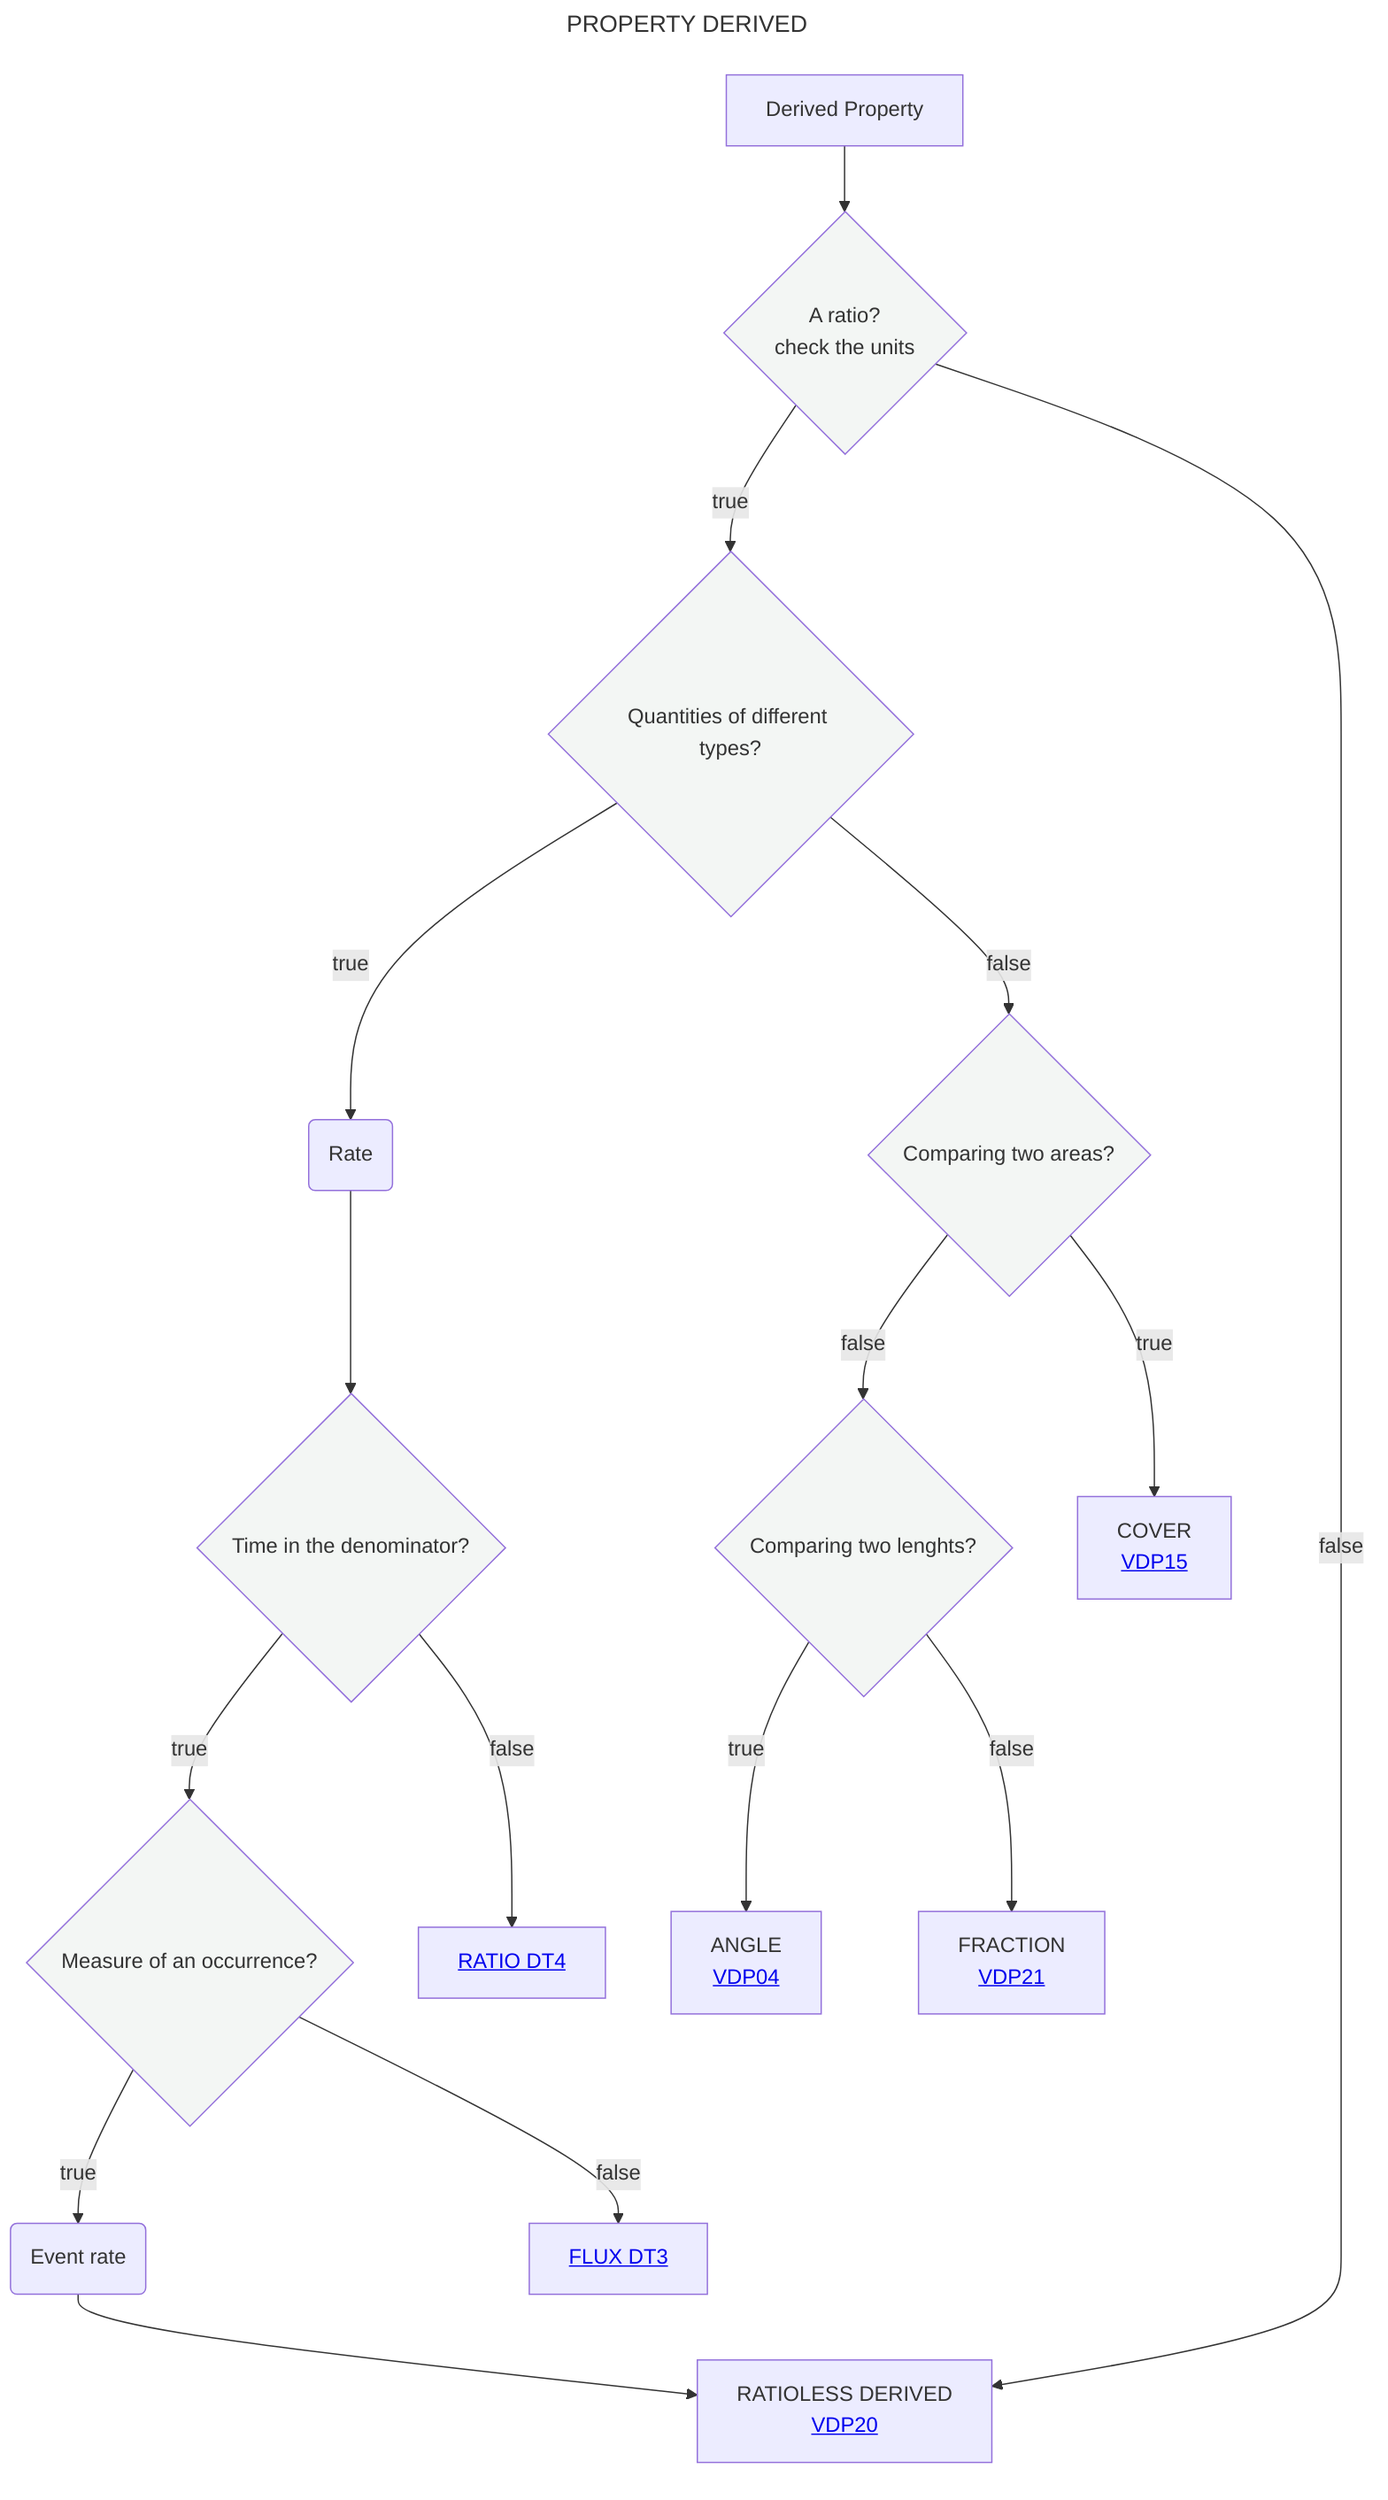
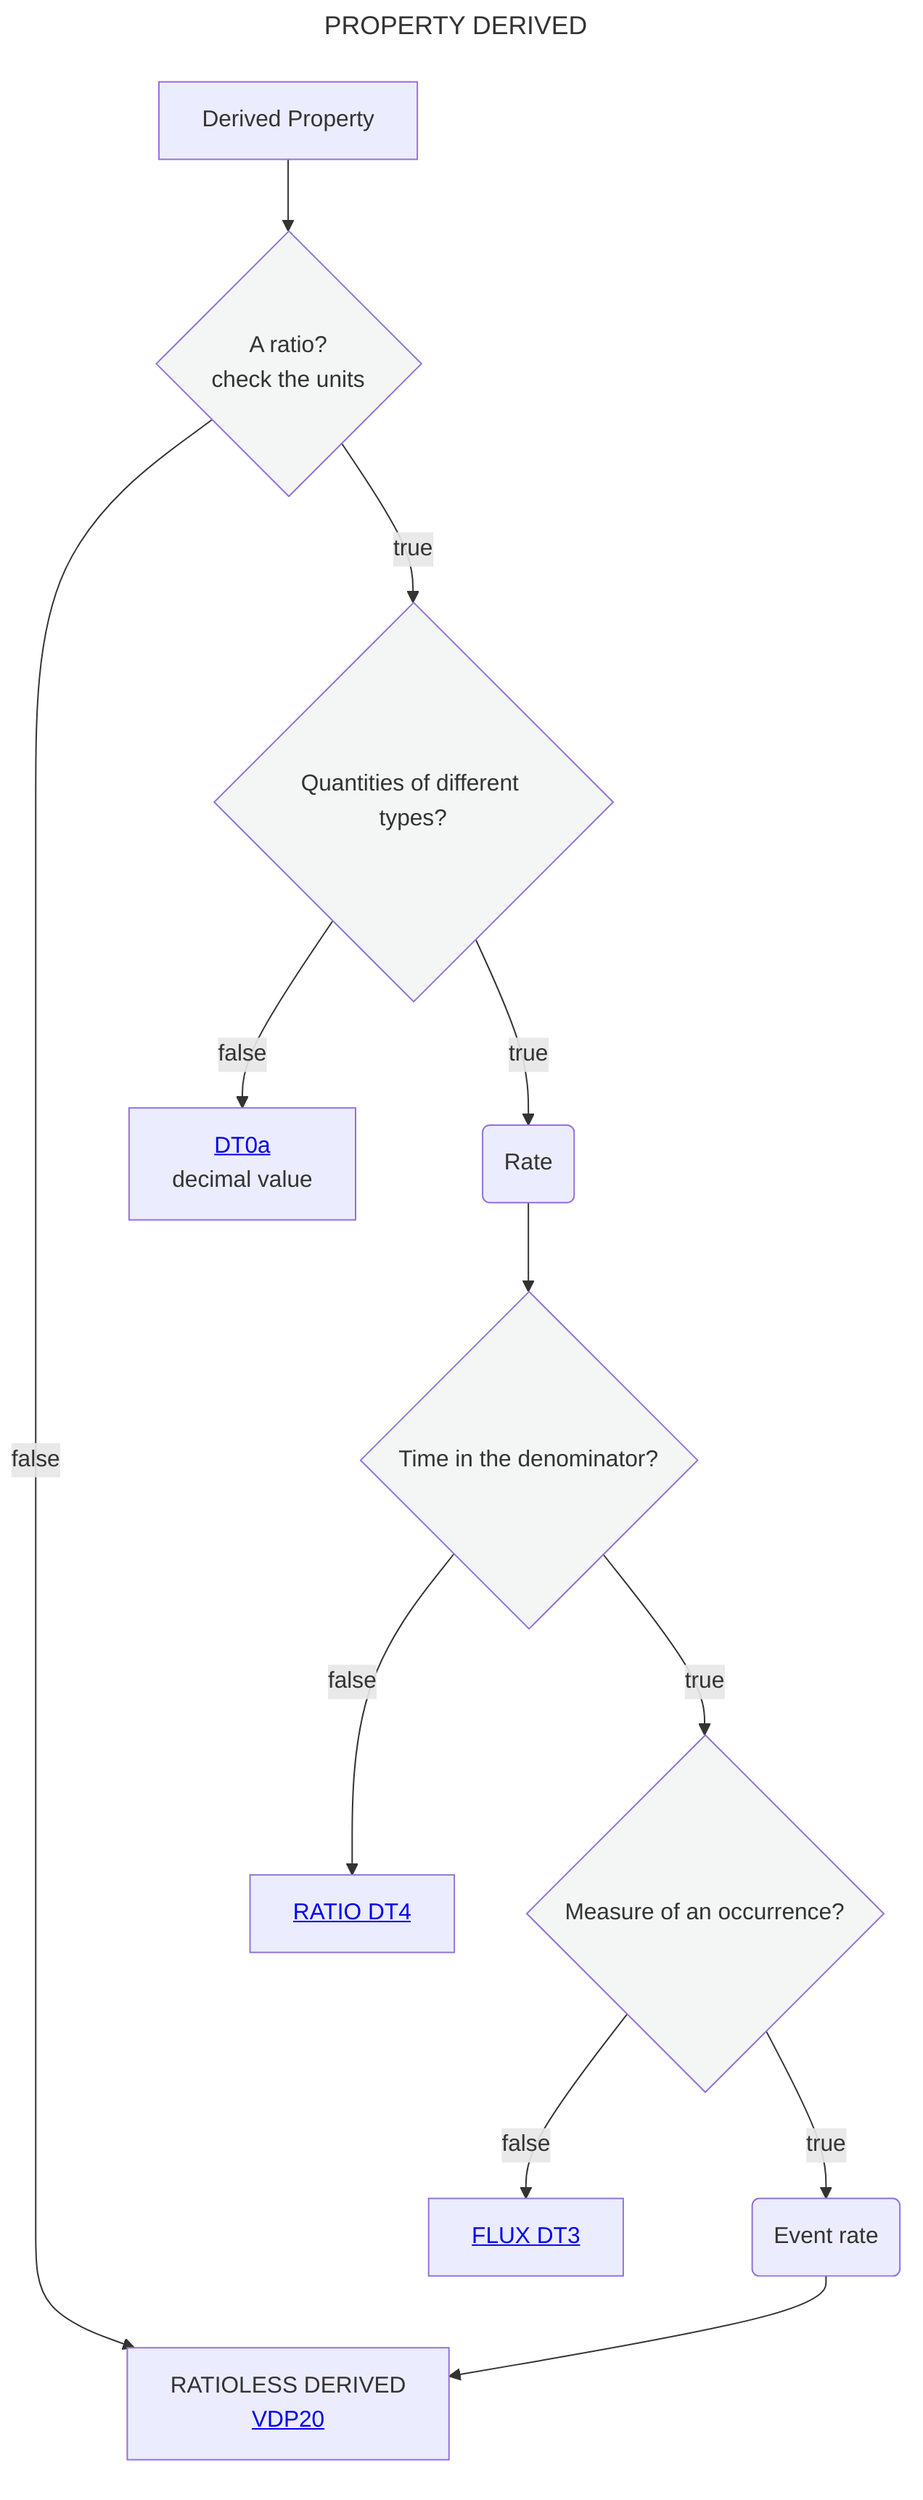
---
title: PROPERTY DERIVED
---
flowchart TD
    A[Derived Property] --> B{A ratio?<br>check the units}:::white
    B --> |true|C{Quantities of different types?}:::white
    B --> |false|I[RATIOLESS DERIVED <br> <a href='https://github.com/mabablue/I-ADOPT-patterns-playground/blob/main/pattern/VDP20.yaml'>VDP20</a>]
    C --> |true|MN(Rate)
    MN --> N{Time in the denominator?}:::white
-     C --> |false|CD{Comparing two areas?}:::white
-     CD --> |false|CE{Comparing two lenghts?}:::white
-     CE --> |true|CF[ANGLE <br> <a href='https://github.com/mabablue/I-ADOPT-patterns-playground/blob/main/pattern/VDP04.yaml'>VDP04</a>]
-     CE --> |false|CG[FRACTION <br> <a href='https://github.com/mabablue/I-ADOPT-patterns-playground/blob/main/pattern/VDP21.yaml'>VDP21</a>]
-     CD --> |true|F[COVER <br> <a href='https://github.com/mabablue/I-ADOPT-patterns-playground/blob/main/pattern/VDP15.yaml'>VDP15</a>]
+     C --> |false|D[<a href='https://github.com/mabablue/I-ADOPT-patterns-playground/blob/main/Decisition_trees/DT1.mmd'>DT0a</a><br> decimal value]
    N --> |true|E{Measure of an occurrence?}:::white
    N --> |false|O[<a href='https://github.com/mabablue/I-ADOPT-patterns-playground/blob/main/Decisition_trees/DT4.mmd'>RATIO DT4</a>]
    E --> |true|L(Event rate)
    E --> |false|K[<a href='https://github.com/mabablue/I-ADOPT-patterns-playground/blob/main/Decisition_trees/DT3.mmd'>FLUX DT3</a>]
    L --> I
   classDef blue fill:#90D5FF
   classDef satblue fill:#57B9FF
   classDef white fill:#f3f6f4
   classDef green fill:#6aa84f

